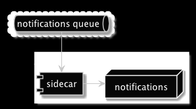
Before: slides/dqd.png, a diagram exported from PlantUML (Yshayy/not-my-problem-talk).
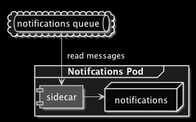
After the change.

Change to the diagram source:
```diff
@@ -1,7 +1,17 @@
 @startuml
 skinparam monochrome reverse
+skinparam frame {
+    backgroundColor Yellow
+}
+skinparam cloud {
+    backgroundColor Yellow
+}
 
-frame notificationsPod {
+skinparam component{
+    backgroundColor Orange
+}
+
+frame "          Notifcations Pod     " {
     node notifications
     component "sidecar" as dqd
 }
@@ -11,6 +21,6 @@
 }
 
 
-dqd <-up- queue
+dqd <-up- queue:"  read messages"
 dqd -right-> notifications
 @enduml
```
